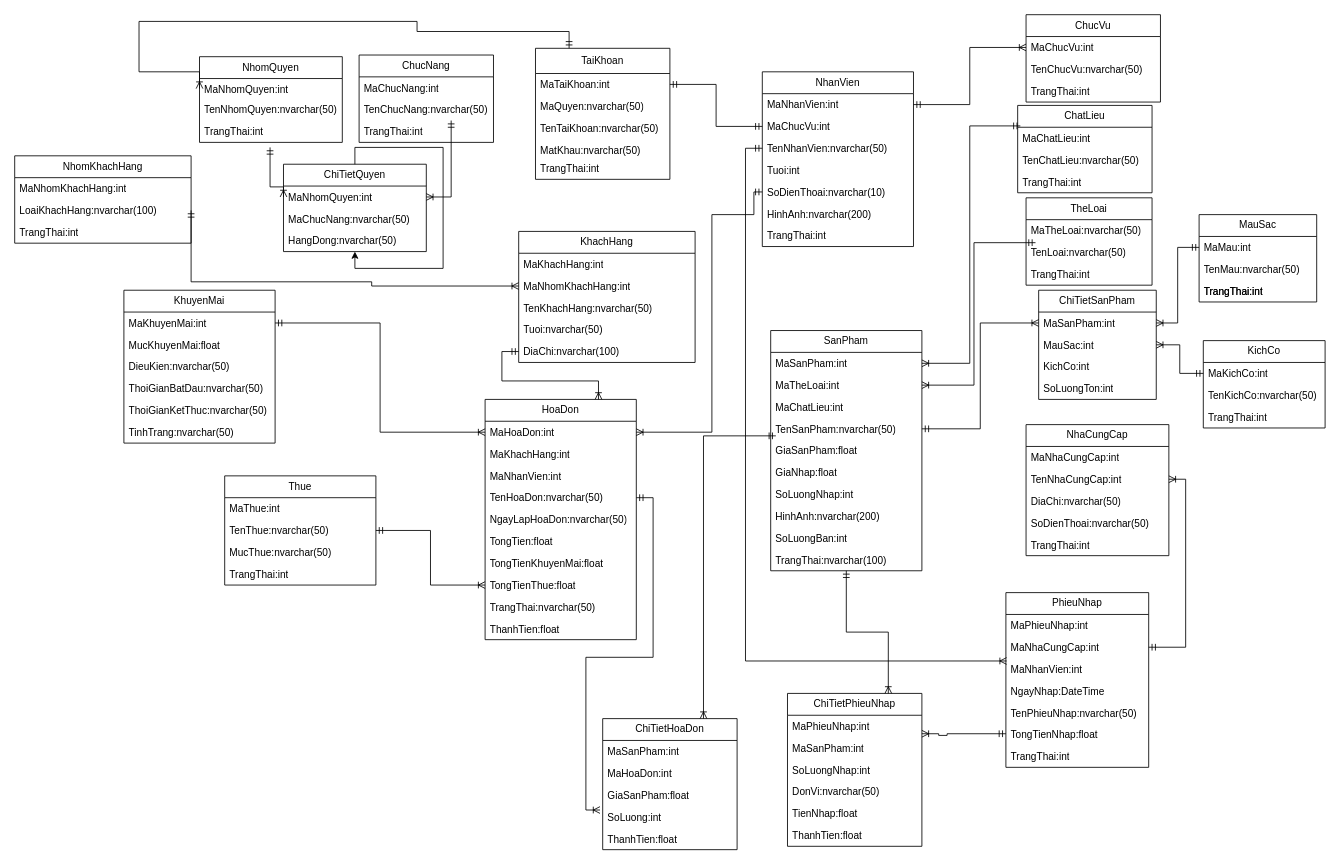
Earlier version of the draw.io diagram Biểu đồ không có tiêu đề (1).drawio (maivantai2003/Database). Source tidied: cells renumbered, new cells numbered last; positions are measured from the earlier drawing's top-left corner, leaving out a move shared by most shapes. Both pictures are drawn from the tidied source at 84%, with x=0, y=0 at pixel (14, 14).
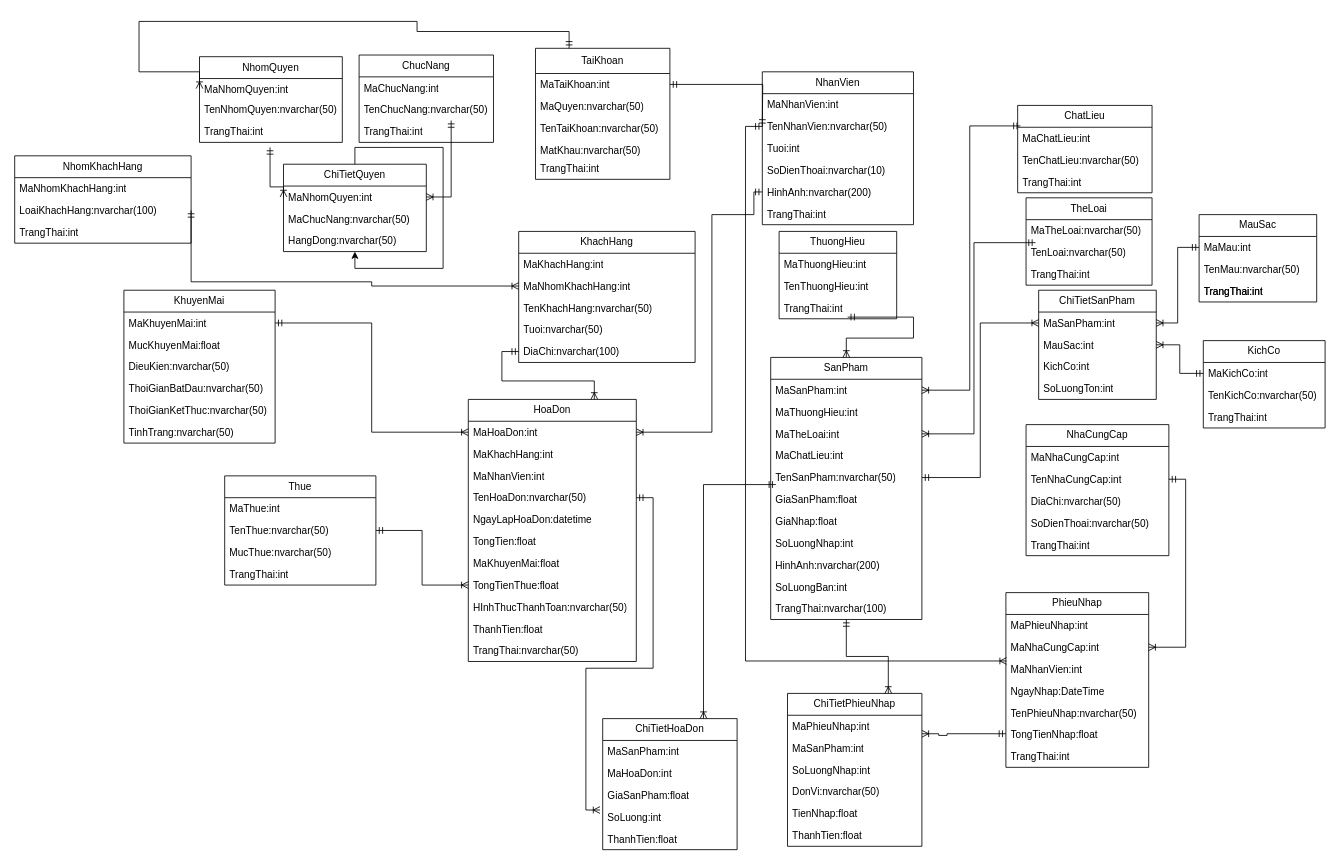
The same page after the edit.

Commit message:
Cập nhật Biểu đồ không có tiêu đề (1).drawio

The change refers to these unchanged cells:
```xml
<mxCell id="17" value="MaTaiKhoan:int" style="text;strokeColor=none;fillColor=none;align=left;verticalAlign=top;spacingLeft=4;spacingRight=4;overflow=hidden;points=[[0,0.5],[1,0.5]];portConstraint=eastwest;whiteSpace=wrap;html=1;" parent="16" vertex="1">
  <mxGeometry y="30" width="160" height="26" as="geometry" />
</mxCell>
<mxCell id="24" value="MaNhanVien:int" style="text;strokeColor=none;fillColor=none;align=left;verticalAlign=top;spacingLeft=4;spacingRight=4;overflow=hidden;points=[[0,0.5],[1,0.5]];portConstraint=eastwest;whiteSpace=wrap;html=1;" parent="23" vertex="1">
  <mxGeometry y="26" width="180" height="26" as="geometry" />
</mxCell>
<mxCell id="70" value="TenNhaCungCap:int" style="text;strokeColor=none;fillColor=none;align=left;verticalAlign=top;spacingLeft=4;spacingRight=4;overflow=hidden;points=[[0,0.5],[1,0.5]];portConstraint=eastwest;whiteSpace=wrap;html=1;" parent="68" vertex="1">
  <mxGeometry y="52" width="170" height="26" as="geometry" />
</mxCell>
<mxCell id="76" value="MaNhaCungCap:int" style="text;strokeColor=none;fillColor=none;align=left;verticalAlign=top;spacingLeft=4;spacingRight=4;overflow=hidden;points=[[0,0.5],[1,0.5]];portConstraint=eastwest;whiteSpace=wrap;html=1;" parent="74" vertex="1">
  <mxGeometry y="52" width="170" height="26" as="geometry" />
</mxCell>
<mxCell id="118" value="SoLuong:int" style="text;strokeColor=none;fillColor=none;align=left;verticalAlign=top;spacingLeft=4;spacingRight=4;overflow=hidden;points=[[0,0.5],[1,0.5]];portConstraint=eastwest;whiteSpace=wrap;html=1;" parent="114" vertex="1">
  <mxGeometry y="104" width="160" height="26" as="geometry" />
</mxCell>
```

Change to the diagram source:
```diff
@@
     <mxCell id="23" value="NhanVien" style="swimlane;fontStyle=0;horizontal=1;startSize=26;fillColor=none;whiteSpace=wrap;html=1;" parent="1" vertex="1">
-      <mxGeometry x="890" y="68" width="180" height="208" as="geometry" />
+      <mxGeometry x="890" y="68" width="180" height="182" as="geometry" />
     </mxCell>
@@
-    <mxCell id="25" value="MaChucVu:int" style="text;strokeColor=none;fillColor=none;align=left;verticalAlign=top;spacingLeft=4;spacingRight=4;overflow=hidden;points=[[0,0.5],[1,0.5]];portConstraint=eastwest;whiteSpace=wrap;html=1;" parent="23" vertex="1">
-      <mxGeometry y="52" width="180" height="26" as="geometry" />
-    </mxCell>
     <mxCell id="26" value="TenNhanVien:nvarchar(50)" style="text;strokeColor=none;fillColor=none;align=left;verticalAlign=top;spacingLeft=4;spacingRight=4;overflow=hidden;points=[[0,0.5],[1,0.5]];portConstraint=eastwest;whiteSpace=wrap;html=1;" parent="23" vertex="1">
-      <mxGeometry y="78" width="180" height="26" as="geometry" />
+      <mxGeometry y="52" width="180" height="26" as="geometry" />
     </mxCell>
     <mxCell id="27" value="Tuoi:int" style="text;strokeColor=none;fillColor=none;align=left;verticalAlign=top;spacingLeft=4;spacingRight=4;overflow=hidden;whiteSpace=wrap;html=1;" parent="23" vertex="1">
-      <mxGeometry y="104" width="180" height="26" as="geometry" />
+      <mxGeometry y="78" width="180" height="26" as="geometry" />
     </mxCell>
     <mxCell id="28" value="SoDienThoai:nvarchar(10)" style="text;strokeColor=none;fillColor=none;align=left;verticalAlign=top;spacingLeft=4;spacingRight=4;overflow=hidden;whiteSpace=wrap;html=1;" parent="23" vertex="1">
-      <mxGeometry y="130" width="180" height="26" as="geometry" />
+      <mxGeometry y="104" width="180" height="26" as="geometry" />
     </mxCell>
     <mxCell id="29" value="HinhAnh:nvarchar(200)" style="text;strokeColor=none;fillColor=none;align=left;verticalAlign=top;spacingLeft=4;spacingRight=4;overflow=hidden;whiteSpace=wrap;html=1;" parent="23" vertex="1">
-      <mxGeometry y="156" width="180" height="26" as="geometry" />
+      <mxGeometry y="130" width="180" height="26" as="geometry" />
     </mxCell>
     <mxCell id="30" value="TrangThai:int" style="text;strokeColor=none;fillColor=none;align=left;verticalAlign=top;spacingLeft=4;spacingRight=4;overflow=hidden;whiteSpace=wrap;html=1;" parent="23" vertex="1">
-      <mxGeometry y="182" width="180" height="26" as="geometry" />
+      <mxGeometry y="156" width="180" height="26" as="geometry" />
     </mxCell>
-    <mxCell id="31" value="ChucVu" style="swimlane;fontStyle=0;horizontal=1;startSize=26;fillColor=none;whiteSpace=wrap;html=1;" parent="1" vertex="1">
-      <mxGeometry x="1204" width="160" height="104" as="geometry" />
-    </mxCell>
-    <mxCell id="32" value="MaChucVu:int" style="text;strokeColor=none;fillColor=none;align=left;verticalAlign=top;spacingLeft=4;spacingRight=4;overflow=hidden;points=[[0,0.5],[1,0.5]];portConstraint=eastwest;whiteSpace=wrap;html=1;" parent="31" vertex="1">
-      <mxGeometry y="26" width="160" height="26" as="geometry" />
-    </mxCell>
-    <mxCell id="33" value="TenChucVu:nvarchar(50)" style="text;strokeColor=none;fillColor=none;align=left;verticalAlign=top;spacingLeft=4;spacingRight=4;overflow=hidden;whiteSpace=wrap;html=1;" parent="31" vertex="1">
-      <mxGeometry y="52" width="160" height="26" as="geometry" />
-    </mxCell>
-    <mxCell id="34" value="TrangThai:int" style="text;strokeColor=none;fillColor=none;align=left;verticalAlign=top;spacingLeft=4;spacingRight=4;overflow=hidden;points=[[0,0.5],[1,0.5]];portConstraint=eastwest;whiteSpace=wrap;html=1;" parent="31" vertex="1">
-      <mxGeometry y="78" width="160" height="26" as="geometry" />
-    </mxCell>
-    <mxCell id="35" style="edgeStyle=orthogonalEdgeStyle;rounded=0;jettySize=auto;html=1;exitX=1;exitY=0.5;exitDx=0;exitDy=0;startArrow=ERmandOne;startFill=0;endArrow=ERmandOne;endFill=0;" parent="1" edge="1" source="17" target="25">
-      <mxGeometry relative="1" as="geometry" />
+    <mxCell id="35" style="edgeStyle=orthogonalEdgeStyle;rounded=0;jettySize=auto;html=1;exitX=1;exitY=0.5;exitDx=0;exitDy=0;startArrow=ERmandOne;startFill=0;endArrow=ERmandOne;endFill=0;" parent="1" edge="1" source="17">
+      <mxGeometry relative="1" as="geometry">
+        <mxPoint x="890" y="133" as="targetPoint" />
+      </mxGeometry>
     </mxCell>
@@
-    <mxCell id="42" style="edgeStyle=orthogonalEdgeStyle;rounded=0;jettySize=auto;html=1;exitX=1;exitY=0.5;exitDx=0;exitDy=0;entryX=0;entryY=0.5;entryDx=0;entryDy=0;startArrow=ERmandOne;startFill=0;endArrow=ERoneToMany;endFill=0;" parent="1" edge="1" source="24" target="32">
-      <mxGeometry relative="1" as="geometry" />
-    </mxCell>
@@
     <mxCell id="47" value="SanPham" style="swimlane;fontStyle=0;horizontal=1;startSize=26;fillColor=none;whiteSpace=wrap;html=1;" parent="1" vertex="1">
-      <mxGeometry x="900" y="376" width="180" height="286" as="geometry" />
+      <mxGeometry x="900" y="408" width="180" height="312" as="geometry" />
     </mxCell>
@@
+    <mxCell id="147" value="MaThuongHieu:int" style="text;strokeColor=none;fillColor=none;align=left;verticalAlign=top;spacingLeft=4;spacingRight=4;overflow=hidden;whiteSpace=wrap;html=1;" parent="47" vertex="1">
+      <mxGeometry y="52" width="180" height="26" as="geometry" />
+    </mxCell>
     <mxCell id="49" value="MaTheLoai:int" style="text;strokeColor=none;fillColor=none;align=left;verticalAlign=top;spacingLeft=4;spacingRight=4;overflow=hidden;points=[[0,0.5],[1,0.5]];portConstraint=eastwest;whiteSpace=wrap;html=1;" parent="47" vertex="1">
-      <mxGeometry y="52" width="180" height="26" as="geometry" />
+      <mxGeometry y="78" width="180" height="26" as="geometry" />
     </mxCell>
     <mxCell id="50" value="MaChatLieu:int" style="text;strokeColor=none;fillColor=none;align=left;verticalAlign=top;spacingLeft=4;spacingRight=4;overflow=hidden;whiteSpace=wrap;html=1;" parent="47" vertex="1">
-      <mxGeometry y="78" width="180" height="26" as="geometry" />
+      <mxGeometry y="104" width="180" height="26" as="geometry" />
     </mxCell>
     <mxCell id="51" value="TenSanPham:nvarchar(50)" style="text;strokeColor=none;fillColor=none;align=left;verticalAlign=top;spacingLeft=4;spacingRight=4;overflow=hidden;points=[[0,0.5],[1,0.5]];portConstraint=eastwest;whiteSpace=wrap;html=1;" parent="47" vertex="1">
-      <mxGeometry y="104" width="180" height="26" as="geometry" />
+      <mxGeometry y="130" width="180" height="26" as="geometry" />
     </mxCell>
     <mxCell id="52" value="GiaSanPham:float" style="text;strokeColor=none;fillColor=none;align=left;verticalAlign=top;spacingLeft=4;spacingRight=4;overflow=hidden;points=[[0,0.5],[1,0.5]];portConstraint=eastwest;whiteSpace=wrap;html=1;" parent="47" vertex="1">
-      <mxGeometry y="130" width="180" height="26" as="geometry" />
+      <mxGeometry y="156" width="180" height="26" as="geometry" />
     </mxCell>
     <mxCell id="53" value="GiaNhap:float&lt;br&gt;" style="text;strokeColor=none;fillColor=none;align=left;verticalAlign=top;spacingLeft=4;spacingRight=4;overflow=hidden;whiteSpace=wrap;html=1;" parent="47" vertex="1">
-      <mxGeometry y="156" width="180" height="26" as="geometry" />
+      <mxGeometry y="182" width="180" height="26" as="geometry" />
     </mxCell>
     <mxCell id="54" value="SoLuongNhap:int" style="text;strokeColor=none;fillColor=none;align=left;verticalAlign=top;spacingLeft=4;spacingRight=4;overflow=hidden;whiteSpace=wrap;html=1;" parent="47" vertex="1">
-      <mxGeometry y="182" width="180" height="26" as="geometry" />
+      <mxGeometry y="208" width="180" height="26" as="geometry" />
     </mxCell>
     <mxCell id="55" value="HinhAnh:nvarchar(200)" style="text;strokeColor=none;fillColor=none;align=left;verticalAlign=top;spacingLeft=4;spacingRight=4;overflow=hidden;whiteSpace=wrap;html=1;" parent="47" vertex="1">
-      <mxGeometry y="208" width="180" height="26" as="geometry" />
+      <mxGeometry y="234" width="180" height="26" as="geometry" />
     </mxCell>
     <mxCell id="56" value="SoLuongBan:int" style="text;strokeColor=none;fillColor=none;align=left;verticalAlign=top;spacingLeft=4;spacingRight=4;overflow=hidden;whiteSpace=wrap;html=1;" parent="47" vertex="1">
-      <mxGeometry y="234" width="180" height="26" as="geometry" />
+      <mxGeometry y="260" width="180" height="26" as="geometry" />
     </mxCell>
     <mxCell id="57" value="TrangThai:nvarchar(100)" style="text;strokeColor=none;fillColor=none;align=left;verticalAlign=top;spacingLeft=4;spacingRight=4;overflow=hidden;whiteSpace=wrap;html=1;" parent="47" vertex="1">
-      <mxGeometry y="260" width="180" height="26" as="geometry" />
+      <mxGeometry y="286" width="180" height="26" as="geometry" />
     </mxCell>
@@
-    <mxCell id="82" style="edgeStyle=orthogonalEdgeStyle;rounded=0;jettySize=auto;html=1;exitX=1;exitY=0.5;exitDx=0;exitDy=0;startArrow=ERoneToMany;startFill=0;endArrow=ERmandOne;endFill=0;" parent="1" edge="1" source="70" target="76">
+    <mxCell id="82" style="edgeStyle=orthogonalEdgeStyle;rounded=0;jettySize=auto;html=1;exitX=1;exitY=0.5;exitDx=0;exitDy=0;startArrow=ERmandOne;startFill=0;endArrow=ERoneToMany;endFill=0;" parent="1" edge="1" source="70" target="76">
       <mxGeometry relative="1" as="geometry" />
     </mxCell>
@@
     <mxCell id="94" value="HoaDon" style="swimlane;fontStyle=0;horizontal=1;startSize=26;fillColor=none;whiteSpace=wrap;html=1;" parent="1" vertex="1">
-      <mxGeometry x="560" y="458" width="180" height="286" as="geometry" />
+      <mxGeometry x="540" y="458" width="200" height="312" as="geometry" />
     </mxCell>
     <mxCell id="95" value="MaHoaDon:int" style="text;strokeColor=none;fillColor=none;align=left;verticalAlign=top;spacingLeft=4;spacingRight=4;overflow=hidden;points=[[0,0.5],[1,0.5]];portConstraint=eastwest;whiteSpace=wrap;html=1;" parent="94" vertex="1">
-      <mxGeometry y="26" width="180" height="26" as="geometry" />
+      <mxGeometry y="26" width="200" height="26" as="geometry" />
     </mxCell>
     <mxCell id="96" value="MaKhachHang:int" style="text;strokeColor=none;fillColor=none;align=left;verticalAlign=top;spacingLeft=4;spacingRight=4;overflow=hidden;whiteSpace=wrap;html=1;" parent="94" vertex="1">
-      <mxGeometry y="52" width="180" height="26" as="geometry" />
+      <mxGeometry y="52" width="200" height="26" as="geometry" />
     </mxCell>
     <mxCell id="97" value="MaNhanVien:int" style="text;strokeColor=none;fillColor=none;align=left;verticalAlign=top;spacingLeft=4;spacingRight=4;overflow=hidden;whiteSpace=wrap;html=1;" parent="94" vertex="1">
-      <mxGeometry y="78" width="180" height="26" as="geometry" />
+      <mxGeometry y="78" width="200" height="26" as="geometry" />
     </mxCell>
     <mxCell id="98" value="TenHoaDon:nvarchar(50)" style="text;strokeColor=none;fillColor=none;align=left;verticalAlign=top;spacingLeft=4;spacingRight=4;overflow=hidden;points=[[0,0.5],[1,0.5]];portConstraint=eastwest;whiteSpace=wrap;html=1;" parent="94" vertex="1">
-      <mxGeometry y="104" width="180" height="26" as="geometry" />
+      <mxGeometry y="104" width="200" height="26" as="geometry" />
     </mxCell>
-    <mxCell id="99" value="NgayLapHoaDon:nvarchar(50)" style="text;strokeColor=none;fillColor=none;align=left;verticalAlign=top;spacingLeft=4;spacingRight=4;overflow=hidden;whiteSpace=wrap;html=1;" parent="94" vertex="1">
-      <mxGeometry y="130" width="180" height="26" as="geometry" />
+    <mxCell id="99" value="NgayLapHoaDon:datetime" style="text;strokeColor=none;fillColor=none;align=left;verticalAlign=top;spacingLeft=4;spacingRight=4;overflow=hidden;whiteSpace=wrap;html=1;" parent="94" vertex="1">
+      <mxGeometry y="130" width="200" height="26" as="geometry" />
     </mxCell>
     <mxCell id="100" value="TongTien:float" style="text;strokeColor=none;fillColor=none;align=left;verticalAlign=top;spacingLeft=4;spacingRight=4;overflow=hidden;whiteSpace=wrap;html=1;" parent="94" vertex="1">
-      <mxGeometry y="156" width="180" height="26" as="geometry" />
+      <mxGeometry y="156" width="200" height="26" as="geometry" />
     </mxCell>
-    <mxCell id="101" value="TongTienKhuyenMai:float" style="text;strokeColor=none;fillColor=none;align=left;verticalAlign=top;spacingLeft=4;spacingRight=4;overflow=hidden;whiteSpace=wrap;html=1;" parent="94" vertex="1">
-      <mxGeometry y="182" width="180" height="26" as="geometry" />
+    <mxCell id="101" value="MaKhuyenMai:float" style="text;strokeColor=none;fillColor=none;align=left;verticalAlign=top;spacingLeft=4;spacingRight=4;overflow=hidden;whiteSpace=wrap;html=1;" parent="94" vertex="1">
+      <mxGeometry y="182" width="200" height="26" as="geometry" />
     </mxCell>
     <mxCell id="102" value="TongTienThue:float" style="text;strokeColor=none;fillColor=none;align=left;verticalAlign=top;spacingLeft=4;spacingRight=4;overflow=hidden;points=[[0,0.5],[1,0.5]];portConstraint=eastwest;whiteSpace=wrap;html=1;" parent="94" vertex="1">
-      <mxGeometry y="208" width="180" height="26" as="geometry" />
+      <mxGeometry y="208" width="200" height="26" as="geometry" />
     </mxCell>
+    <mxCell id="148" value="HInhThucThanhToan:nvarchar(50)" style="text;strokeColor=none;fillColor=none;align=left;verticalAlign=top;spacingLeft=4;spacingRight=4;overflow=hidden;whiteSpace=wrap;html=1;" parent="94" vertex="1">
+      <mxGeometry y="234" width="200" height="26" as="geometry" />
+    </mxCell>
+    <mxCell id="104" value="ThanhTien:float" style="text;strokeColor=none;fillColor=none;align=left;verticalAlign=top;spacingLeft=4;spacingRight=4;overflow=hidden;whiteSpace=wrap;html=1;" parent="94" vertex="1">
+      <mxGeometry y="260" width="200" height="26" as="geometry" />
+    </mxCell>
     <mxCell id="103" value="TrangThai:nvarchar(50)" style="text;strokeColor=none;fillColor=none;align=left;verticalAlign=top;spacingLeft=4;spacingRight=4;overflow=hidden;whiteSpace=wrap;html=1;" parent="94" vertex="1">
-      <mxGeometry y="234" width="180" height="26" as="geometry" />
+      <mxGeometry y="286" width="200" height="26" as="geometry" />
     </mxCell>
-    <mxCell id="104" value="ThanhTien:float" style="text;strokeColor=none;fillColor=none;align=left;verticalAlign=top;spacingLeft=4;spacingRight=4;overflow=hidden;whiteSpace=wrap;html=1;" parent="94" vertex="1">
-      <mxGeometry y="260" width="180" height="26" as="geometry" />
-    </mxCell>
@@
     <mxCell id="120" style="edgeStyle=orthogonalEdgeStyle;rounded=0;jettySize=auto;html=1;exitX=1;exitY=0.5;exitDx=0;exitDy=0;entryX=-0.02;entryY=0.185;entryDx=0;entryDy=0;entryPerimeter=0;endArrow=ERoneToMany;endFill=0;startArrow=ERmandOne;startFill=0;" parent="1" edge="1" source="98" target="118">
-      <mxGeometry relative="1" as="geometry" />
+      <mxGeometry relative="1" as="geometry">
+        <Array as="points">
+          <mxPoint x="760" y="575" />
+          <mxPoint x="760" y="778" />
+          <mxPoint x="680" y="778" />
+          <mxPoint x="680" y="947" />
+        </Array>
+      </mxGeometry>
     </mxCell>
@@
+    <mxCell id="149" value="ThuongHieu" style="swimlane;fontStyle=0;horizontal=1;startSize=26;fillColor=none;whiteSpace=wrap;html=1;" parent="1" vertex="1">
+      <mxGeometry x="910" y="258" width="140" height="104" as="geometry" />
+    </mxCell>
+    <mxCell id="150" value="MaThuongHieu:int" style="text;strokeColor=none;fillColor=none;align=left;verticalAlign=top;spacingLeft=4;spacingRight=4;overflow=hidden;whiteSpace=wrap;html=1;" parent="149" vertex="1">
+      <mxGeometry y="26" width="140" height="26" as="geometry" />
+    </mxCell>
+    <mxCell id="151" value="TenThuongHieu:int" style="text;strokeColor=none;fillColor=none;align=left;verticalAlign=top;spacingLeft=4;spacingRight=4;overflow=hidden;whiteSpace=wrap;html=1;" parent="149" vertex="1">
+      <mxGeometry y="52" width="140" height="26" as="geometry" />
+    </mxCell>
+    <mxCell id="34" value="TrangThai:int" style="text;strokeColor=none;fillColor=none;align=left;verticalAlign=top;spacingLeft=4;spacingRight=4;overflow=hidden;points=[[0,0.5],[1,0.5]];portConstraint=eastwest;whiteSpace=wrap;html=1;" parent="149" vertex="1">
+      <mxGeometry y="78" width="140" height="26" as="geometry" />
+    </mxCell>
+    <mxCell id="152" style="edgeStyle=orthogonalEdgeStyle;rounded=0;jettySize=auto;html=1;exitX=0.5;exitY=0;exitDx=0;exitDy=0;entryX=0.583;entryY=0.923;entryDx=0;entryDy=0;entryPerimeter=0;startArrow=ERoneToMany;startFill=0;endArrow=ERmandOne;endFill=0;" parent="1" edge="1" source="47" target="34">
+      <mxGeometry relative="1" as="geometry" />
+    </mxCell>
```
